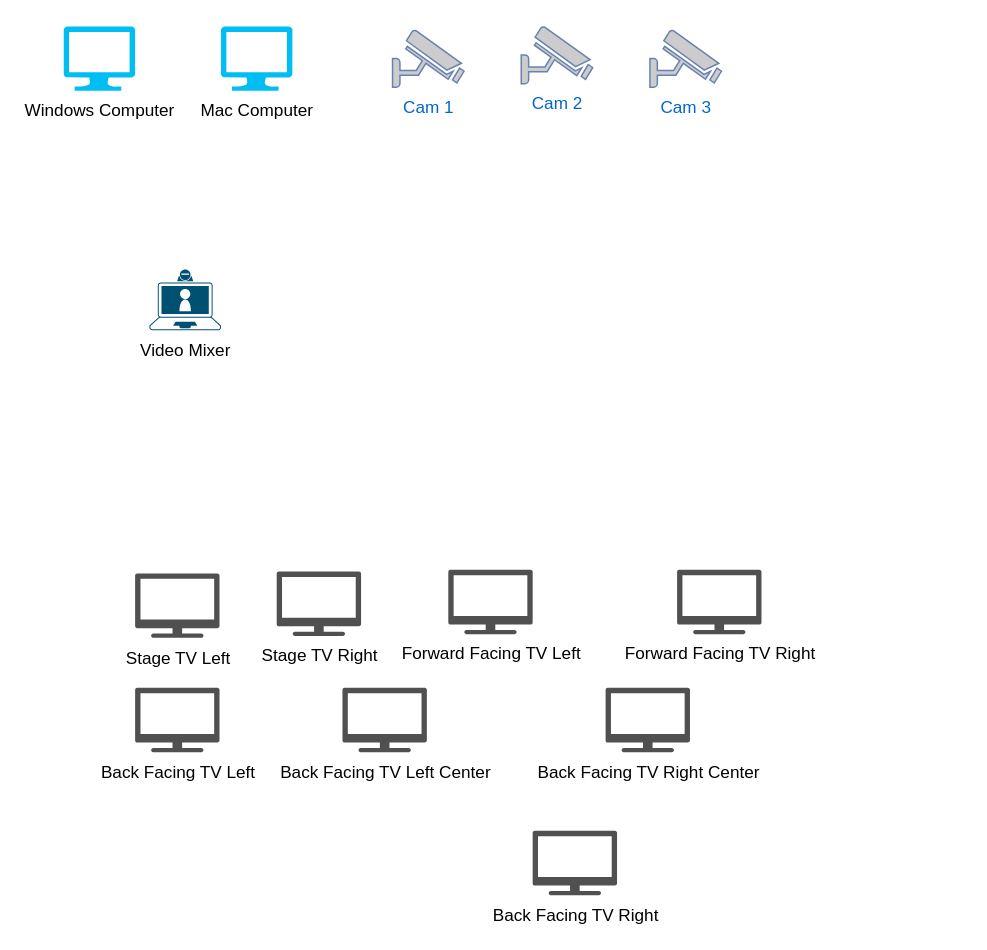
This is Untitled Diagram.drawio from waynehead99/Church, a draw.io file, before an edit. Source tidied: cells renumbered, new cells numbered last; positions are measured from the earlier drawing's top-left corner, leaving out a move shared by most shapes. Both pictures are drawn from the tidied source at 143%, with x=0, y=0 at pixel (63, 26).
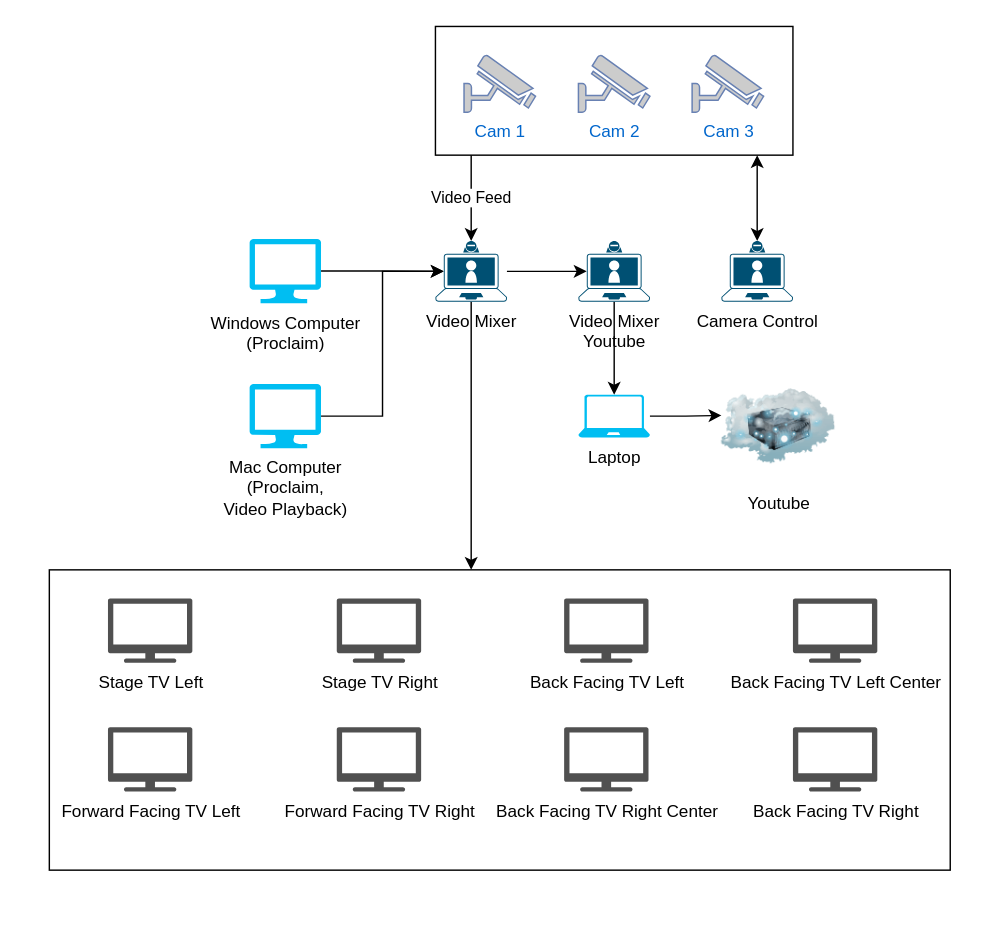
Above is the later version.

Commit message:
Video Diagram Basic

Change to the diagram source:
```diff
@@
+    <mxCell id="16" style="edgeStyle=elbowEdgeStyle;rounded=0;jettySize=auto;html=1;entryX=0.115;entryY=0.5;entryDx=0;entryDy=0;entryPerimeter=0;startArrow=none;startFill=0;" parent="1" edge="1" source="2" target="4">
+      <mxGeometry relative="1" as="geometry" />
+    </mxCell>
-    <mxCell id="2" value="Windows Computer" style="verticalLabelPosition=bottom;html=1;verticalAlign=top;align=center;strokeColor=none;fillColor=#00BEF2;shape=mxgraph.azure.computer;" parent="1" vertex="1">
-      <mxGeometry width="50" height="45" as="geometry" />
+    <mxCell id="2" value="Windows Computer&lt;br&gt;(Proclaim)" style="verticalLabelPosition=bottom;html=1;verticalAlign=top;align=center;strokeColor=none;fillColor=#00BEF2;shape=mxgraph.azure.computer;" parent="1" vertex="1">
+      <mxGeometry x="130" y="148.5" width="50" height="45" as="geometry" />
     </mxCell>
+    <mxCell id="17" style="edgeStyle=elbowEdgeStyle;rounded=0;jettySize=auto;html=1;entryX=0.115;entryY=0.5;entryDx=0;entryDy=0;entryPerimeter=0;startArrow=none;startFill=0;" parent="1" edge="1" source="3" target="4">
+      <mxGeometry relative="1" as="geometry" />
+    </mxCell>
-    <mxCell id="3" value="Mac Computer" style="verticalLabelPosition=bottom;html=1;verticalAlign=top;align=center;strokeColor=none;fillColor=#00BEF2;shape=mxgraph.azure.computer;" parent="1" vertex="1">
-      <mxGeometry x="110" width="50" height="45" as="geometry" />
+    <mxCell id="3" value="Mac Computer&lt;br&gt;(Proclaim,&lt;br&gt;Video Playback)" style="verticalLabelPosition=bottom;html=1;verticalAlign=top;align=center;strokeColor=none;fillColor=#00BEF2;shape=mxgraph.azure.computer;" parent="1" vertex="1">
+      <mxGeometry x="130" y="250" width="50" height="45" as="geometry" />
     </mxCell>
+    <mxCell id="18" style="edgeStyle=elbowEdgeStyle;rounded=0;jettySize=auto;html=1;entryX=0.115;entryY=0.5;entryDx=0;entryDy=0;entryPerimeter=0;startArrow=none;startFill=0;" parent="1" edge="1" source="4" target="21">
+      <mxGeometry relative="1" as="geometry" />
+    </mxCell>
+    <mxCell id="19" style="edgeStyle=elbowEdgeStyle;rounded=0;jettySize=auto;html=1;startArrow=none;startFill=0;" parent="1" edge="1" source="4" target="32">
+      <mxGeometry relative="1" as="geometry" />
+    </mxCell>
     <mxCell id="4" value="Video Mixer" style="points=[[0.13,0.225,0],[0.5,0,0],[0.87,0.225,0],[0.885,0.5,0],[0.985,0.99,0],[0.5,1,0],[0.015,0.99,0],[0.115,0.5,0]];verticalLabelPosition=bottom;sketch=0;html=1;verticalAlign=top;align=center;shape=mxgraph.cisco19.laptop_video_client;fillColor=#005073;strokeColor=none;" parent="1" vertex="1">
-      <mxGeometry x="60" y="170" width="50" height="42.5" as="geometry" />
+      <mxGeometry x="260" y="150" width="50" height="42.5" as="geometry" />
     </mxCell>
+    <mxCell id="20" style="edgeStyle=elbowEdgeStyle;rounded=0;jettySize=auto;html=1;entryX=0.5;entryY=0;entryDx=0;entryDy=0;entryPerimeter=0;startArrow=none;startFill=0;" parent="1" edge="1" source="21" target="25">
+      <mxGeometry relative="1" as="geometry" />
+    </mxCell>
+    <mxCell id="21" value="Video Mixer&lt;br&gt;Youtube" style="points=[[0.13,0.225,0],[0.5,0,0],[0.87,0.225,0],[0.885,0.5,0],[0.985,0.99,0],[0.5,1,0],[0.015,0.99,0],[0.115,0.5,0]];verticalLabelPosition=bottom;sketch=0;html=1;verticalAlign=top;align=center;shape=mxgraph.cisco19.laptop_video_client;fillColor=#005073;strokeColor=none;" parent="1" vertex="1">
+      <mxGeometry x="360" y="150" width="50" height="42.5" as="geometry" />
+    </mxCell>
+    <mxCell id="22" value="Youtube" style="image;html=1;image=img/lib/clip_art/networking/Cloud_Server_128x128.png;" parent="1" vertex="1">
+      <mxGeometry x="460" y="240" width="80" height="80" as="geometry" />
+    </mxCell>
+    <mxCell id="23" value="Camera Control" style="points=[[0.13,0.225,0],[0.5,0,0],[0.87,0.225,0],[0.885,0.5,0],[0.985,0.99,0],[0.5,1,0],[0.015,0.99,0],[0.115,0.5,0]];verticalLabelPosition=bottom;sketch=0;html=1;verticalAlign=top;align=center;shape=mxgraph.cisco19.laptop_video_client;fillColor=#005073;strokeColor=none;" parent="1" vertex="1">
+      <mxGeometry x="460" y="150" width="50" height="42.5" as="geometry" />
+    </mxCell>
+    <mxCell id="24" style="edgeStyle=elbowEdgeStyle;rounded=0;jettySize=auto;html=1;entryX=0;entryY=0.4;entryDx=0;entryDy=0;entryPerimeter=0;startArrow=none;startFill=0;" parent="1" edge="1" source="25" target="22">
+      <mxGeometry relative="1" as="geometry" />
+    </mxCell>
+    <mxCell id="25" value="Laptop" style="verticalLabelPosition=bottom;html=1;verticalAlign=top;align=center;strokeColor=none;fillColor=#00BEF2;shape=mxgraph.azure.laptop;" parent="1" vertex="1">
+      <mxGeometry x="360" y="257.5" width="50" height="30" as="geometry" />
+    </mxCell>
+    <mxCell id="26" style="group;" parent="1" vertex="1">
+      <mxGeometry x="260" width="250" height="90" as="geometry" />
+    </mxCell>
+    <mxCell id="27" style="rounded=0;whiteSpace=wrap;html=1;align=left;" parent="26" vertex="1">
+      <mxGeometry width="250" height="90" as="geometry" />
+    </mxCell>
+    <mxCell id="28" style="group;" parent="26" vertex="1">
+      <mxGeometry x="20" y="20" width="209.5" height="40" as="geometry" />
+    </mxCell>
-    <mxCell id="5" value="Cam 1" style="fontColor=#0066CC;verticalAlign=top;verticalLabelPosition=bottom;labelPosition=center;align=center;html=1;fillColor=#CCCCCC;strokeColor=#6881B3;gradientColor=none;gradientDirection=north;strokeWidth=2;shape=mxgraph.networks.security_camera;" parent="1" vertex="1">
-      <mxGeometry x="230" y="2.5" width="50" height="40" as="geometry" />
+    <mxCell id="5" value="Cam 1" style="fontColor=#0066CC;verticalAlign=top;verticalLabelPosition=bottom;labelPosition=center;align=center;html=1;fillColor=#CCCCCC;strokeColor=#6881B3;gradientColor=none;gradientDirection=north;strokeWidth=2;shape=mxgraph.networks.security_camera;" parent="28" vertex="1">
+      <mxGeometry width="50" height="40" as="geometry" />
     </mxCell>
-    <mxCell id="6" value="Cam 2" style="fontColor=#0066CC;verticalAlign=top;verticalLabelPosition=bottom;labelPosition=center;align=center;html=1;fillColor=#CCCCCC;strokeColor=#6881B3;gradientColor=none;gradientDirection=north;strokeWidth=2;shape=mxgraph.networks.security_camera;" parent="1" vertex="1">
-      <mxGeometry x="320" width="50" height="40" as="geometry" />
+    <mxCell id="6" value="Cam 2" style="fontColor=#0066CC;verticalAlign=top;verticalLabelPosition=bottom;labelPosition=center;align=center;html=1;fillColor=#CCCCCC;strokeColor=#6881B3;gradientColor=none;gradientDirection=north;strokeWidth=2;shape=mxgraph.networks.security_camera;" parent="28" vertex="1">
+      <mxGeometry x="80" width="50" height="40" as="geometry" />
     </mxCell>
-    <mxCell id="7" value="Cam 3&lt;br&gt;" style="fontColor=#0066CC;verticalAlign=top;verticalLabelPosition=bottom;labelPosition=center;align=center;html=1;fillColor=#CCCCCC;strokeColor=#6881B3;gradientColor=none;gradientDirection=north;strokeWidth=2;shape=mxgraph.networks.security_camera;" parent="1" vertex="1">
-      <mxGeometry x="410" y="2.5" width="50" height="40" as="geometry" />
+    <mxCell id="7" value="Cam 3&lt;br&gt;" style="fontColor=#0066CC;verticalAlign=top;verticalLabelPosition=bottom;labelPosition=center;align=center;html=1;fillColor=#CCCCCC;strokeColor=#6881B3;gradientColor=none;gradientDirection=north;strokeWidth=2;shape=mxgraph.networks.security_camera;" parent="28" vertex="1">
+      <mxGeometry x="159.5" width="50" height="40" as="geometry" />
     </mxCell>
+    <mxCell id="29" value="Video Feed" style="edgeStyle=elbowEdgeStyle;rounded=0;jettySize=auto;html=1;startArrow=none;startFill=0;entryX=0.5;entryY=0;entryDx=0;entryDy=0;entryPerimeter=0;" parent="1" edge="1" source="27" target="4">
+      <mxGeometry relative="1" as="geometry" />
+    </mxCell>
+    <mxCell id="30" style="edgeStyle=elbowEdgeStyle;rounded=0;jettySize=auto;html=1;startArrow=classic;startFill=1;entryX=0.5;entryY=0;entryDx=0;entryDy=0;entryPerimeter=0;" parent="1" edge="1" source="27" target="23">
+      <mxGeometry relative="1" as="geometry" />
+    </mxCell>
+    <mxCell id="31" style="group;" parent="1" vertex="1">
+      <mxGeometry x="-10" y="380" width="630" height="210" as="geometry" />
+    </mxCell>
+    <mxCell id="32" style="rounded=0;whiteSpace=wrap;html=1;" parent="31" vertex="1">
+      <mxGeometry width="630" height="210" as="geometry" />
+    </mxCell>
-    <mxCell id="8" value="Stage TV Left" style="sketch=0;shadow=0;dashed=0;html=1;strokeColor=none;fillColor=#505050;labelPosition=center;verticalLabelPosition=bottom;verticalAlign=top;align=center;shape=mxgraph.office.devices.tv;" parent="1" vertex="1">
-      <mxGeometry x="50" y="382.5" width="59" height="45" as="geometry" />
+    <mxCell id="8" value="Stage TV Left" style="sketch=0;shadow=0;dashed=0;html=1;strokeColor=none;fillColor=#505050;labelPosition=center;verticalLabelPosition=bottom;verticalAlign=top;align=center;shape=mxgraph.office.devices.tv;" parent="31" vertex="1">
+      <mxGeometry x="41" y="20" width="59" height="45" as="geometry" />
     </mxCell>
-    <mxCell id="9" value="Stage TV Right" style="sketch=0;shadow=0;dashed=0;html=1;strokeColor=none;fillColor=#505050;labelPosition=center;verticalLabelPosition=bottom;verticalAlign=top;align=center;shape=mxgraph.office.devices.tv;" parent="1" vertex="1">
-      <mxGeometry x="149" y="381.2" width="59" height="45" as="geometry" />
+    <mxCell id="9" value="Stage TV Right" style="sketch=0;shadow=0;dashed=0;html=1;strokeColor=none;fillColor=#505050;labelPosition=center;verticalLabelPosition=bottom;verticalAlign=top;align=center;shape=mxgraph.office.devices.tv;" parent="31" vertex="1">
+      <mxGeometry x="201" y="20" width="59" height="45" as="geometry" />
     </mxCell>
-    <mxCell id="10" value="Forward Facing TV Left" style="sketch=0;shadow=0;dashed=0;html=1;strokeColor=none;fillColor=#505050;labelPosition=center;verticalLabelPosition=bottom;verticalAlign=top;align=center;shape=mxgraph.office.devices.tv;" parent="1" vertex="1">
-      <mxGeometry x="269" y="380" width="59" height="45" as="geometry" />
+    <mxCell id="10" value="Forward Facing TV Left" style="sketch=0;shadow=0;dashed=0;html=1;strokeColor=none;fillColor=#505050;labelPosition=center;verticalLabelPosition=bottom;verticalAlign=top;align=center;shape=mxgraph.office.devices.tv;" parent="31" vertex="1">
+      <mxGeometry x="41" y="110" width="59" height="45" as="geometry" />
     </mxCell>
-    <mxCell id="11" value="Forward Facing TV Right" style="sketch=0;shadow=0;dashed=0;html=1;strokeColor=none;fillColor=#505050;labelPosition=center;verticalLabelPosition=bottom;verticalAlign=top;align=center;shape=mxgraph.office.devices.tv;" parent="1" vertex="1">
-      <mxGeometry x="429" y="380" width="59" height="45" as="geometry" />
+    <mxCell id="11" value="Forward Facing TV Right" style="sketch=0;shadow=0;dashed=0;html=1;strokeColor=none;fillColor=#505050;labelPosition=center;verticalLabelPosition=bottom;verticalAlign=top;align=center;shape=mxgraph.office.devices.tv;" parent="31" vertex="1">
+      <mxGeometry x="201" y="110" width="59" height="45" as="geometry" />
     </mxCell>
-    <mxCell id="12" value="Back Facing TV Left" style="sketch=0;shadow=0;dashed=0;html=1;strokeColor=none;fillColor=#505050;labelPosition=center;verticalLabelPosition=bottom;verticalAlign=top;align=center;shape=mxgraph.office.devices.tv;" parent="1" vertex="1">
-      <mxGeometry x="50" y="462.5" width="59" height="45" as="geometry" />
+    <mxCell id="12" value="Back Facing TV Left" style="sketch=0;shadow=0;dashed=0;html=1;strokeColor=none;fillColor=#505050;labelPosition=center;verticalLabelPosition=bottom;verticalAlign=top;align=center;shape=mxgraph.office.devices.tv;" parent="31" vertex="1">
+      <mxGeometry x="360" y="20" width="59" height="45" as="geometry" />
     </mxCell>
-    <mxCell id="13" value="Back Facing TV Left Center" style="sketch=0;shadow=0;dashed=0;html=1;strokeColor=none;fillColor=#505050;labelPosition=center;verticalLabelPosition=bottom;verticalAlign=top;align=center;shape=mxgraph.office.devices.tv;" parent="1" vertex="1">
-      <mxGeometry x="195" y="462.5" width="59" height="45" as="geometry" />
+    <mxCell id="13" value="Back Facing TV Left Center" style="sketch=0;shadow=0;dashed=0;html=1;strokeColor=none;fillColor=#505050;labelPosition=center;verticalLabelPosition=bottom;verticalAlign=top;align=center;shape=mxgraph.office.devices.tv;" parent="31" vertex="1">
+      <mxGeometry x="520" y="20" width="59" height="45" as="geometry" />
     </mxCell>
-    <mxCell id="14" value="Back Facing TV Right Center" style="sketch=0;shadow=0;dashed=0;html=1;strokeColor=none;fillColor=#505050;labelPosition=center;verticalLabelPosition=bottom;verticalAlign=top;align=center;shape=mxgraph.office.devices.tv;" parent="1" vertex="1">
-      <mxGeometry x="379" y="462.5" width="59" height="45" as="geometry" />
+    <mxCell id="14" value="Back Facing TV Right Center" style="sketch=0;shadow=0;dashed=0;html=1;strokeColor=none;fillColor=#505050;labelPosition=center;verticalLabelPosition=bottom;verticalAlign=top;align=center;shape=mxgraph.office.devices.tv;" parent="31" vertex="1">
+      <mxGeometry x="360" y="110" width="59" height="45" as="geometry" />
     </mxCell>
-    <mxCell id="15" value="Back Facing TV Right" style="sketch=0;shadow=0;dashed=0;html=1;strokeColor=none;fillColor=#505050;labelPosition=center;verticalLabelPosition=bottom;verticalAlign=top;align=center;shape=mxgraph.office.devices.tv;" parent="1" vertex="1">
-      <mxGeometry x="328" y="562.5" width="59" height="45" as="geometry" />
+    <mxCell id="15" value="Back Facing TV Right" style="sketch=0;shadow=0;dashed=0;html=1;strokeColor=none;fillColor=#505050;labelPosition=center;verticalLabelPosition=bottom;verticalAlign=top;align=center;shape=mxgraph.office.devices.tv;" parent="31" vertex="1">
+      <mxGeometry x="520" y="110" width="59" height="45" as="geometry" />
     </mxCell>
+    <mxCell id="33" style="edgeStyle=elbowEdgeStyle;rounded=0;orthogonalLoop=1;jettySize=auto;html=1;exitX=1;exitY=0.5;exitDx=0;exitDy=0;startArrow=none;startFill=0;" parent="31" edge="1" source="32" target="32">
+      <mxGeometry relative="1" as="geometry" />
+    </mxCell>
```
